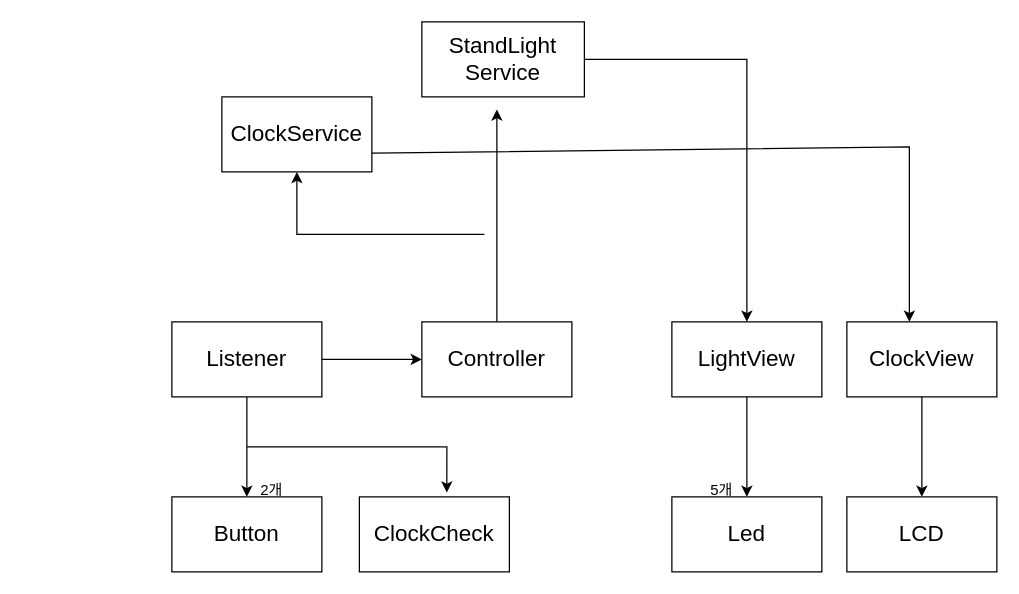
This is page "페이지-1" (1 of 2) of sw_design/architecture.drawio from 316415/StandLight_Clock_Temperature, a draw.io file, before an edit. Source tidied: cells renumbered, new cells numbered last; positions are measured from the earlier drawing's top-left corner, leaving out a move shared by most shapes. Both pictures are drawn from the tidied source at 125%, with x=0, y=0 at pixel (171, 21).
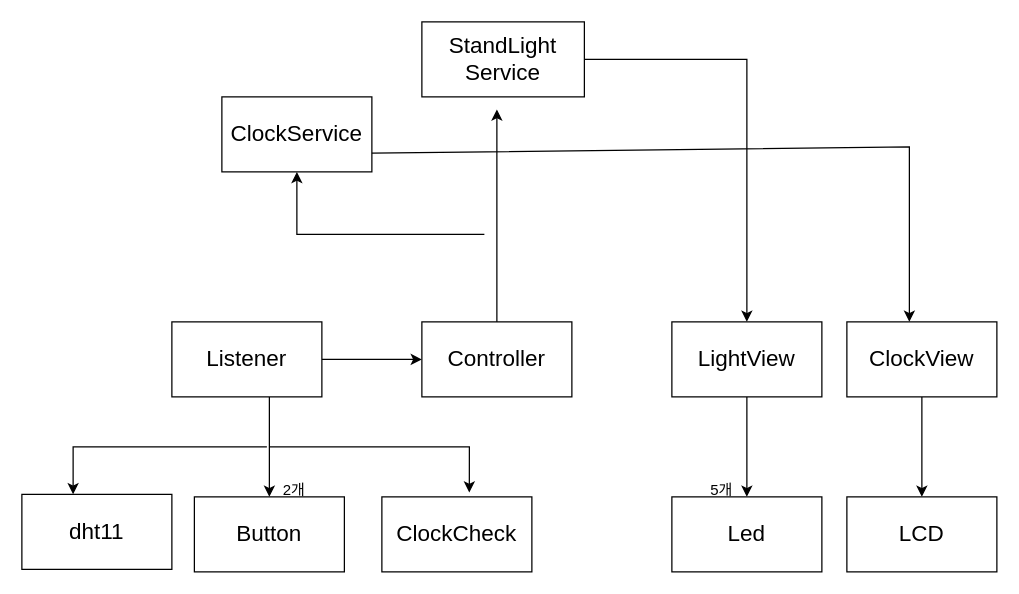
The same page after the edit.

Unchanged cells that the change refers to:
```xml
<mxCell id="5" value="Listener" style="whiteSpace=wrap;html=1;fontSize=18;" parent="1" vertex="1">
  <mxGeometry y="240" width="120" height="60" as="geometry" />
</mxCell>
```

What changed in the source:
```diff
@@
     <mxCell id="2" value="Button" style="whiteSpace=wrap;html=1;fontSize=18;" parent="1" vertex="1">
-      <mxGeometry y="380" width="120" height="60" as="geometry" />
+      <mxGeometry x="18" y="380" width="120" height="60" as="geometry" />
     </mxCell>
-    <mxCell id="3" style="edgeStyle=none;html=1;fontSize=18;" parent="1" edge="1" source="5" target="2">
-      <mxGeometry relative="1" as="geometry" />
+    <mxCell id="3" style="edgeStyle=none;html=1;fontSize=18;" parent="1" edge="1" target="2">
+      <mxGeometry relative="1" as="geometry">
+        <mxPoint x="78" y="300" as="sourcePoint" />
+      </mxGeometry>
     </mxCell>
@@
     <mxCell id="13" value="2개" style="text;html=1;strokeColor=none;fillColor=none;align=center;verticalAlign=middle;whiteSpace=wrap;rounded=0;" parent="1" vertex="1">
-      <mxGeometry x="50" y="360" width="60" height="30" as="geometry" />
+      <mxGeometry x="68" y="360" width="60" height="30" as="geometry" />
     </mxCell>
@@
     <mxCell id="21" value="ClockCheck" style="whiteSpace=wrap;html=1;fontSize=18;" parent="1" vertex="1">
-      <mxGeometry x="150" y="380" width="120" height="60" as="geometry" />
+      <mxGeometry x="168" y="380" width="120" height="60" as="geometry" />
     </mxCell>
     <mxCell id="22" style="endArrow=classic;html=1;rounded=0;entryX=0.583;entryY=-0.057;entryDx=0;entryDy=0;entryPerimeter=0;" parent="1" edge="1" target="21">
       <mxGeometry relative="1" as="geometry">
-        <mxPoint x="60" y="340" as="sourcePoint" />
+        <mxPoint x="78" y="340" as="sourcePoint" />
         <Array as="points">
-          <mxPoint x="220" y="340" />
+          <mxPoint x="238" y="340" />
         </Array>
       </mxGeometry>
     </mxCell>
+    <mxCell id="23" value="dht11" style="whiteSpace=wrap;html=1;fontSize=18;" parent="1" vertex="1">
+      <mxGeometry x="-120" y="378" width="120" height="60" as="geometry" />
+    </mxCell>
+    <mxCell id="24" style="endArrow=classic;html=1;rounded=0;" parent="1" edge="1">
+      <mxGeometry relative="1" as="geometry">
+        <mxPoint x="76" y="340" as="sourcePoint" />
+        <mxPoint x="-79" y="378" as="targetPoint" />
+        <Array as="points">
+          <mxPoint x="-79" y="340" />
+        </Array>
+      </mxGeometry>
+    </mxCell>
```
